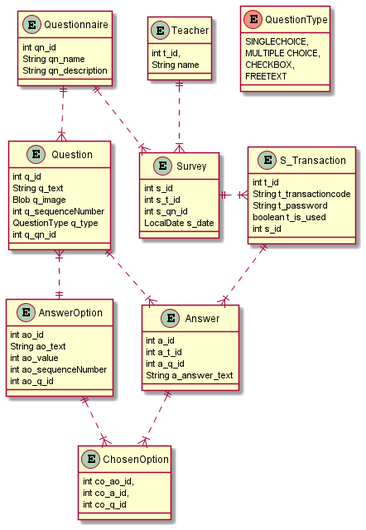
This is asciidocs/images/Datenmodell.png from htl-leonding-project/questionz, a PlantUML export, as it was before one commit.
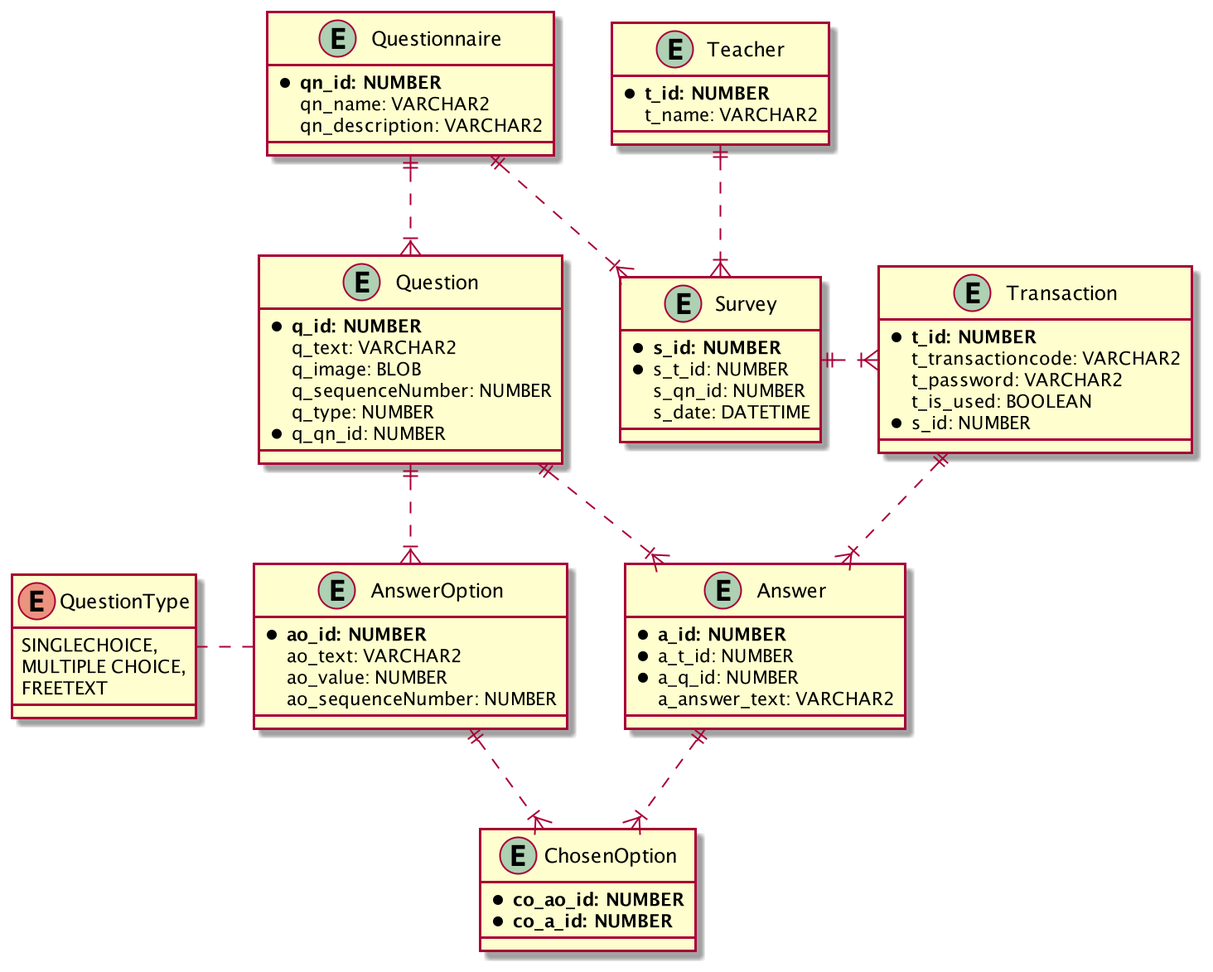
After the commit.

The edit, as a diff of the source:
```diff
@@ -1,76 +1,74 @@
 @startuml
 
 entity Answer{
-    int a_id
-    int a_t_id
-    int a_q_id
-    String a_answer_text
+    * **a_id: NUMBER**
+    * a_t_id: NUMBER
+    * a_q_id: NUMBER
+    a_answer_text: VARCHAR2
 }
 
 entity AnswerOption{
-    int ao_id
-    String ao_text
-    int ao_value
-    int ao_sequenceNumber
-    int ao_q_id
+    * **ao_id: NUMBER**
+    ao_text: VARCHAR2
+    ao_value: NUMBER
+    ao_sequenceNumber: NUMBER
 }
 
 entity Question{
-    int q_id
-    String q_text
-    Blob q_image
-    int q_sequenceNumber
-    QuestionType q_type
-    int q_qn_id
+    * **q_id: NUMBER**
+    q_text: VARCHAR2
+    q_image: BLOB
+    q_sequenceNumber: NUMBER
+    q_type: NUMBER
+    * q_qn_id: NUMBER
 }
 
 enum QuestionType{
 SINGLECHOICE,
 MULTIPLE CHOICE,
-CHECKBOX,
 FREETEXT
 }
 
 entity Questionnaire{
-     int qn_id
-     String qn_name
-     String qn_description
+     * **qn_id: NUMBER**
+     qn_name: VARCHAR2
+     qn_description: VARCHAR2
 }
 
-entity S_Transaction{
-     int t_id
-     String t_transactioncode
-     String t_password
-     boolean t_is_used
-     int s_id
+entity Transaction{
+     * **t_id: NUMBER**
+     t_transactioncode: VARCHAR2
+     t_password: VARCHAR2
+     t_is_used: BOOLEAN
+     * s_id: NUMBER
 }
 
 entity Survey{
-     int s_id
-     int s_t_id
-     int s_qn_id
-     LocalDate s_date
+     * **s_id: NUMBER**
+     * s_t_id: NUMBER
+     s_qn_id: NUMBER
+     s_date: DATETIME
 }
 
 entity ChosenOption {
-    int co_ao_id,
-    int co_a_id,
-    int co_q_id
+    *  **co_ao_id: NUMBER**
+    * **co_a_id: NUMBER**
 }
 
 entity Teacher {
-    int t_id,
-    String name
+    * **t_id: NUMBER**
+    t_name: VARCHAR2
 }
 
 Teacher ||.down.|{ Survey
 Questionnaire ||.down.|{  Survey
 Questionnaire ||.down.|{ Question
 Question ||.right.|{ Answer
-Question }|.down.|| AnswerOption
-Survey  ||.right.|{  S_Transaction
-S_Transaction ||..|{ Answer
+Question ||.down.|{ AnswerOption
+Survey  ||.right.|{  Transaction
+Transaction ||..|{ Answer
 Answer ||..|{ ChosenOption
 AnswerOption ||..|{ ChosenOption
+AnswerOption .left. QuestionType
 
 @enduml
```
